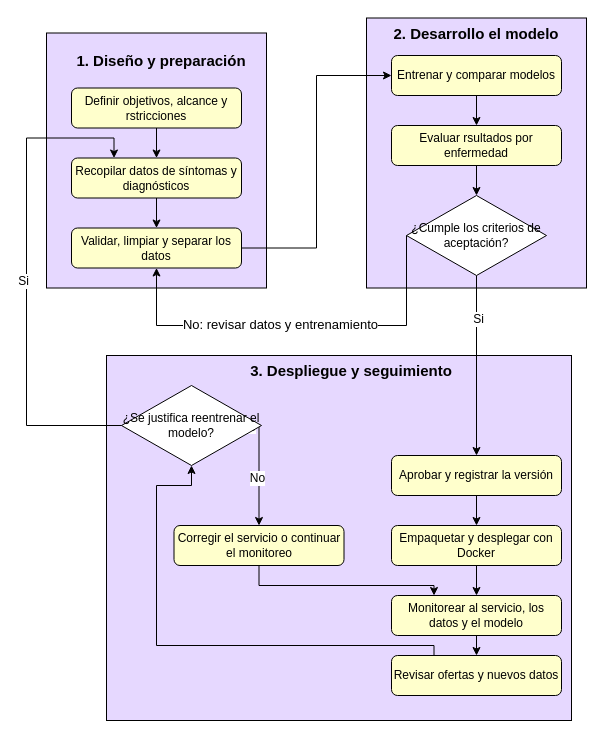
Earlier version of the draw.io diagram diagrama_pipeline.drawio (Sandrajol/mlops-entrega-1). Source tidied: cells renumbered, new cells numbered last; positions are measured from the earlier drawing's top-left corner, leaving out a move shared by most shapes. Both pictures are drawn from the tidied source at 100%, with x=0, y=0 at pixel (26, 17).
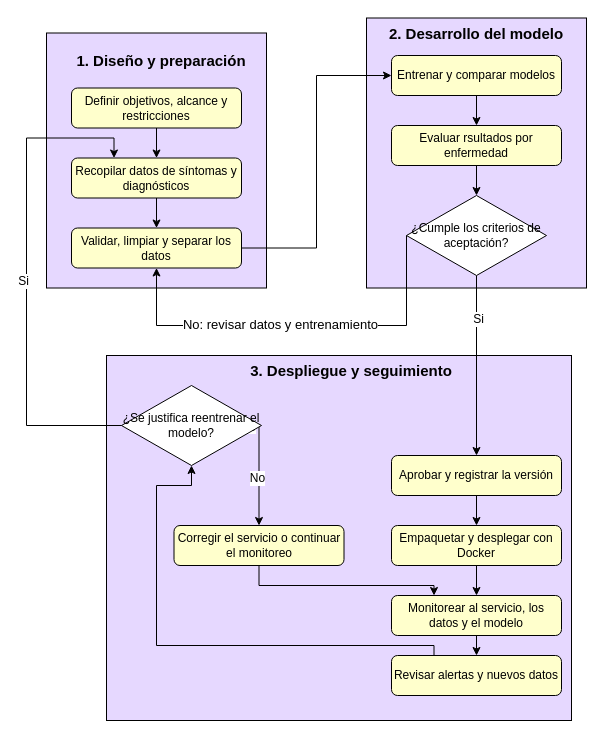
The same diagram, later.

Commit message (it also covers changes not shown here):
Corrige las instrucciones de Docker y precisa el pipeline

Diff of the diagram source:
```diff
@@
-    <mxCell id="14" value="2. Desarrollo el modelo" style="text;html=1;whiteSpace=wrap;strokeColor=none;fillColor=none;align=center;verticalAlign=middle;rounded=0;fontSize=15;fontStyle=1;" parent="1" vertex="1">
+    <mxCell id="14" value="2. Desarrollo del modelo" style="text;html=1;whiteSpace=wrap;strokeColor=none;fillColor=none;align=center;verticalAlign=middle;rounded=0;fontSize=15;fontStyle=1;" parent="1" vertex="1">
       <mxGeometry x="360" y="0.5" width="180" height="30" as="geometry" />
     </mxCell>
@@
-    <mxCell id="24" value="Revisar ofertas y nuevos datos" style="rounded=1;whiteSpace=wrap;html=1;roundedPerimeter=1;fillColor=#FFFFCC;" parent="1" vertex="1">
+    <mxCell id="24" value="Revisar alertas y nuevos datos" style="rounded=1;whiteSpace=wrap;html=1;roundedPerimeter=1;fillColor=#FFFFCC;" parent="1" vertex="1">
       <mxGeometry x="365" y="638" width="170" height="40" as="geometry" />
     </mxCell>
@@
-    <mxCell id="33" value="Definir objetivos, alcance y rstricciones" style="rounded=1;whiteSpace=wrap;html=1;roundedPerimeter=1;fillColor=#FFFFCC;" parent="1" vertex="1">
+    <mxCell id="33" value="Definir objetivos, alcance y restricciones" style="rounded=1;whiteSpace=wrap;html=1;roundedPerimeter=1;fillColor=#FFFFCC;" parent="1" vertex="1">
       <mxGeometry x="45" y="70.5" width="170" height="40" as="geometry" />
     </mxCell>
```
